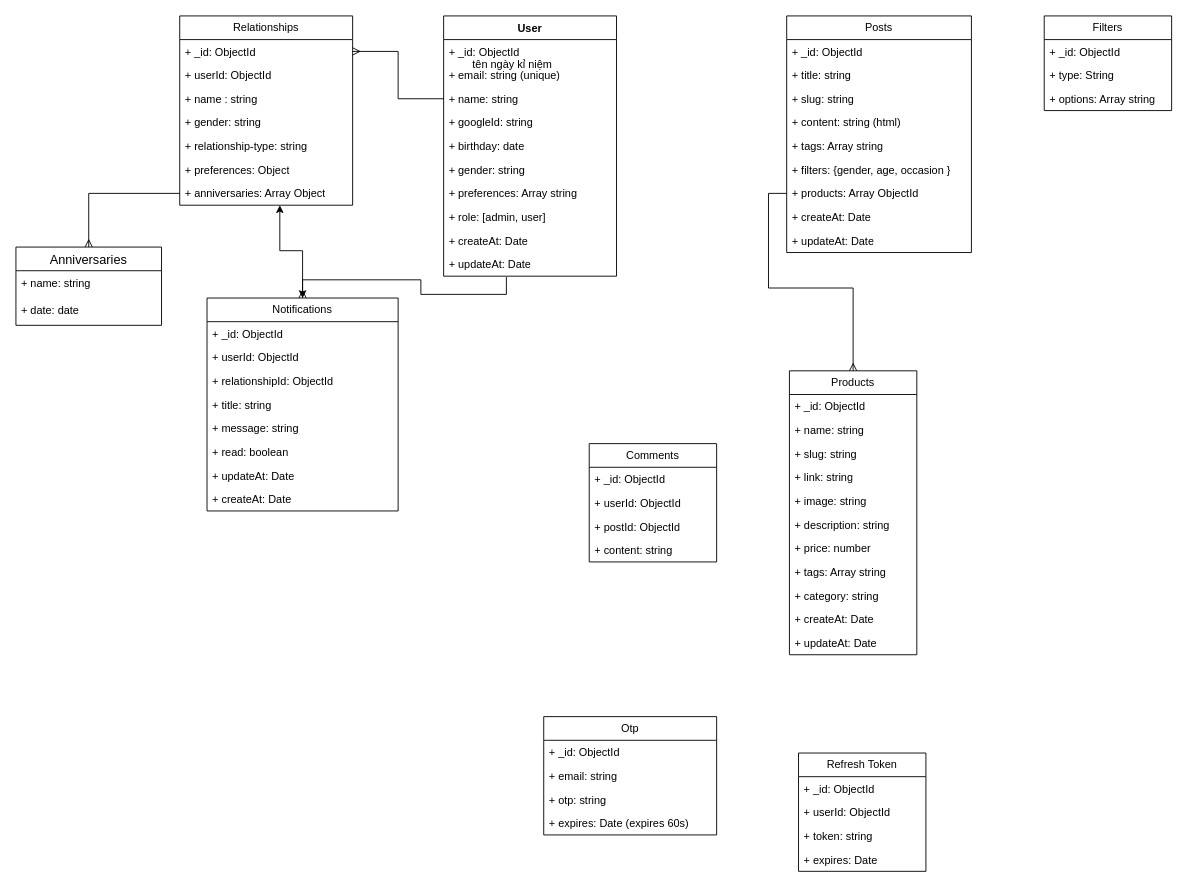
The draw.io diagram Biểu đồ gợi ý tặng quà.drawio in Baodt2911/goiytangqua, before the edit. Source tidied: cells renumbered, new cells numbered last; positions are measured from the earlier drawing's top-left corner, leaving out a move shared by most shapes. Both pictures are drawn from the tidied source at 91%, with x=0, y=0 at pixel (15, 15).
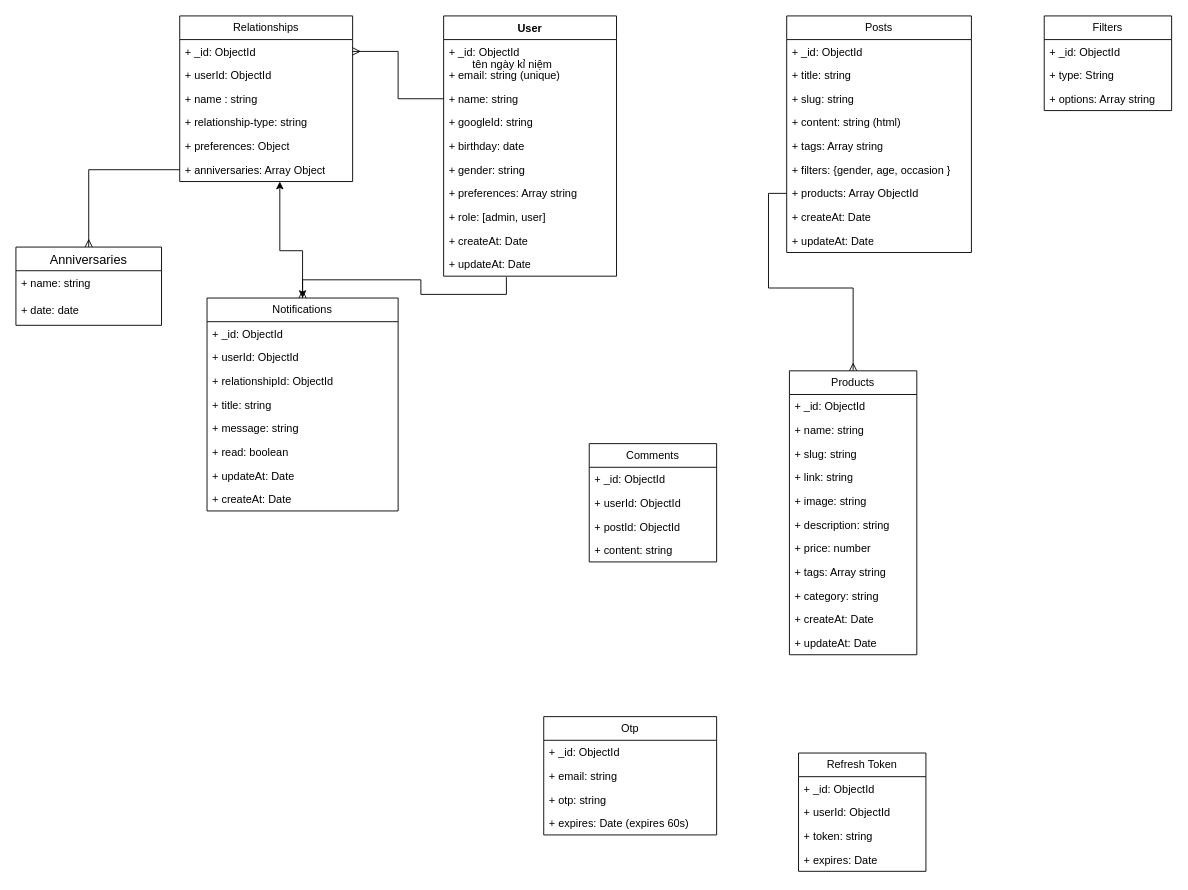
After the change.

Commit message:
update relationship (gender)

Change to the diagram source:
```diff
@@
     <mxCell id="40" value="Relationships" style="swimlane;fontStyle=0;horizontal=1;startSize=26;fillColor=none;whiteSpace=wrap;html=1;" parent="1" vertex="1">
-      <mxGeometry x="180" width="190" height="208" as="geometry" />
+      <mxGeometry x="180" width="190" height="182" as="geometry" />
     </mxCell>
@@
-    <mxCell id="44" value="+ gender: string" style="text;strokeColor=none;fillColor=none;align=left;verticalAlign=top;spacingLeft=4;spacingRight=4;overflow=hidden;whiteSpace=wrap;html=1;" parent="40" vertex="1">
-      <mxGeometry y="104" width="190" height="26" as="geometry" />
-    </mxCell>
     <mxCell id="45" value="+ relationship-type: string&amp;nbsp;" style="text;strokeColor=none;fillColor=none;align=left;verticalAlign=top;spacingLeft=4;spacingRight=4;overflow=hidden;whiteSpace=wrap;html=1;" parent="40" vertex="1">
-      <mxGeometry y="130" width="190" height="26" as="geometry" />
+      <mxGeometry y="104" width="190" height="26" as="geometry" />
     </mxCell>
     <mxCell id="46" value="+ preferences: Object" style="text;strokeColor=none;fillColor=none;align=left;verticalAlign=top;spacingLeft=4;spacingRight=4;overflow=hidden;whiteSpace=wrap;html=1;" parent="40" vertex="1">
-      <mxGeometry y="156" width="190" height="26" as="geometry" />
+      <mxGeometry y="130" width="190" height="26" as="geometry" />
     </mxCell>
     <mxCell id="47" value="+ anniversaries: Array Object" style="text;strokeColor=none;fillColor=none;align=left;verticalAlign=top;spacingLeft=4;spacingRight=4;overflow=hidden;points=[[0,0.5],[1,0.5]];portConstraint=eastwest;whiteSpace=wrap;html=1;" parent="40" vertex="1">
-      <mxGeometry y="182" width="190" height="26" as="geometry" />
+      <mxGeometry y="156" width="190" height="26" as="geometry" />
     </mxCell>
```
